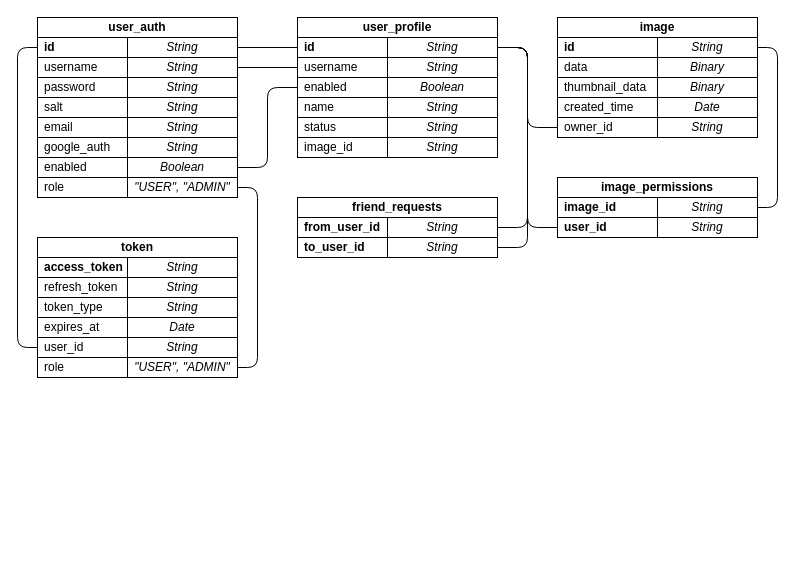
The draw.io diagram doc/db_schema.drawio in drsanches/photobooth, before the edit. Source tidied: cells renumbered, new cells numbered last; positions are measured from the earlier drawing's top-left corner, leaving out a move shared by most shapes. Both pictures are drawn from the tidied source at 100%, with x=0, y=0 at pixel (37, 17).
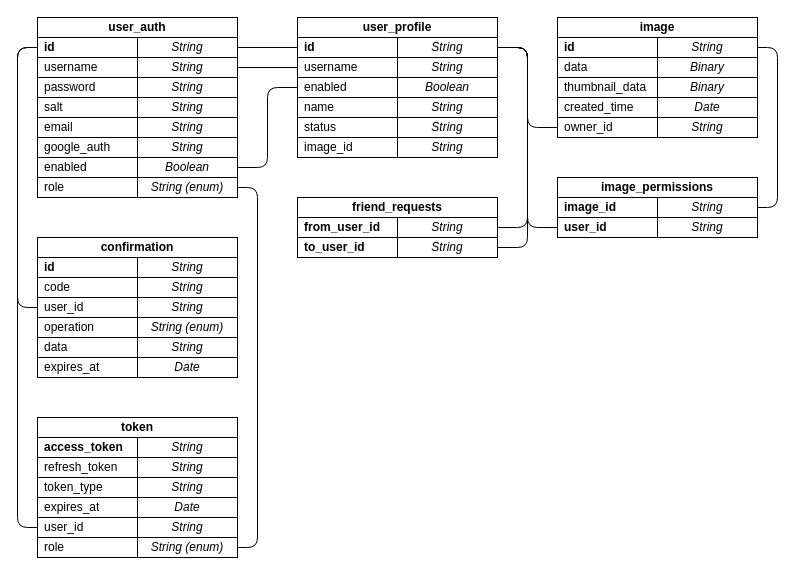
The same diagram, later.

What changed in the source:
```diff
@@
     <mxCell id="3" value="&lt;b&gt;id&lt;/b&gt;" style="rounded=0;whiteSpace=wrap;html=1;align=left;spacingLeft=5;" parent="1" vertex="1">
-      <mxGeometry y="20" width="90" height="20" as="geometry" />
+      <mxGeometry y="20" width="100" height="20" as="geometry" />
     </mxCell>
@@
     <mxCell id="5" value="String" style="rounded=0;whiteSpace=wrap;html=1;spacingLeft=0;fontStyle=2;" parent="1" vertex="1">
-      <mxGeometry x="90" y="20" width="110" height="20" as="geometry" />
+      <mxGeometry x="100" y="20" width="100" height="20" as="geometry" />
     </mxCell>
     <mxCell id="6" value="username" style="rounded=0;whiteSpace=wrap;html=1;align=left;spacingLeft=5;" parent="1" vertex="1">
-      <mxGeometry y="40" width="90" height="20" as="geometry" />
+      <mxGeometry y="40" width="100" height="20" as="geometry" />
     </mxCell>
@@
     <mxCell id="8" value="String" style="rounded=0;whiteSpace=wrap;html=1;spacingLeft=0;fontStyle=2;" parent="1" vertex="1">
-      <mxGeometry x="90" y="40" width="110" height="20" as="geometry" />
+      <mxGeometry x="100" y="40" width="100" height="20" as="geometry" />
     </mxCell>
     <mxCell id="9" value="password" style="rounded=0;whiteSpace=wrap;html=1;align=left;spacingLeft=5;" parent="1" vertex="1">
-      <mxGeometry y="60" width="90" height="20" as="geometry" />
+      <mxGeometry y="60" width="100" height="20" as="geometry" />
     </mxCell>
     <mxCell id="10" value="String" style="rounded=0;whiteSpace=wrap;html=1;spacingLeft=0;fontStyle=2;" parent="1" vertex="1">
-      <mxGeometry x="90" y="60" width="110" height="20" as="geometry" />
+      <mxGeometry x="100" y="60" width="100" height="20" as="geometry" />
     </mxCell>
     <mxCell id="11" value="salt" style="rounded=0;whiteSpace=wrap;html=1;align=left;spacingLeft=5;" parent="1" vertex="1">
-      <mxGeometry y="80" width="90" height="20" as="geometry" />
+      <mxGeometry y="80" width="100" height="20" as="geometry" />
     </mxCell>
     <mxCell id="12" value="String" style="rounded=0;whiteSpace=wrap;html=1;spacingLeft=0;fontStyle=2;" parent="1" vertex="1">
-      <mxGeometry x="90" y="80" width="110" height="20" as="geometry" />
+      <mxGeometry x="100" y="80" width="100" height="20" as="geometry" />
     </mxCell>
     <mxCell id="13" value="email" style="rounded=0;whiteSpace=wrap;html=1;align=left;spacingLeft=5;" parent="1" vertex="1">
-      <mxGeometry y="100" width="90" height="20" as="geometry" />
+      <mxGeometry y="100" width="100" height="20" as="geometry" />
     </mxCell>
     <mxCell id="14" value="String" style="rounded=0;whiteSpace=wrap;html=1;spacingLeft=0;fontStyle=2;" parent="1" vertex="1">
-      <mxGeometry x="90" y="100" width="110" height="20" as="geometry" />
+      <mxGeometry x="100" y="100" width="100" height="20" as="geometry" />
     </mxCell>
     <mxCell id="15" value="enabled" style="rounded=0;whiteSpace=wrap;html=1;align=left;spacingLeft=5;" parent="1" vertex="1">
-      <mxGeometry y="140" width="90" height="20" as="geometry" />
+      <mxGeometry y="140" width="100" height="20" as="geometry" />
     </mxCell>
@@
     <mxCell id="17" value="Boolean" style="rounded=0;whiteSpace=wrap;html=1;spacingLeft=0;fontStyle=2;" parent="1" vertex="1">
-      <mxGeometry x="90" y="140" width="110" height="20" as="geometry" />
+      <mxGeometry x="100" y="140" width="100" height="20" as="geometry" />
     </mxCell>
     <mxCell id="18" value="role" style="rounded=0;whiteSpace=wrap;html=1;align=left;spacingLeft=5;" parent="1" vertex="1">
-      <mxGeometry y="160" width="90" height="20" as="geometry" />
+      <mxGeometry y="160" width="100" height="20" as="geometry" />
     </mxCell>
-    <mxCell id="19" style="edgeStyle=orthogonalEdgeStyle;rounded=1;jettySize=auto;html=1;exitX=1;exitY=0.5;exitDx=0;exitDy=0;entryX=1;entryY=0.5;entryDx=0;entryDy=0;endArrow=none;endFill=0;" parent="1" edge="1" source="20" target="69">
+    <mxCell id="19" style="edgeStyle=orthogonalEdgeStyle;rounded=1;jettySize=auto;html=1;exitX=1;exitY=0.5;exitDx=0;exitDy=0;entryX=1;entryY=0.5;entryDx=0;entryDy=0;endArrow=none;endFill=0;" parent="1" edge="1" target="69">
       <mxGeometry relative="1" as="geometry">
+        <mxPoint x="200" y="170" as="sourcePoint" />
         <Array as="points">
           <mxPoint x="220" y="170" />
-          <mxPoint x="220" y="350" />
+          <mxPoint x="220" y="530" />
         </Array>
       </mxGeometry>
     </mxCell>
-    <mxCell id="20" value="&quot;USER&quot;, &quot;ADMIN&quot;" style="rounded=0;whiteSpace=wrap;html=1;spacingLeft=0;fontStyle=2;" parent="1" vertex="1">
-      <mxGeometry x="90" y="160" width="110" height="20" as="geometry" />
-    </mxCell>
     <mxCell id="21" value="&lt;b&gt;id&lt;/b&gt;" style="rounded=0;whiteSpace=wrap;html=1;align=left;spacingLeft=5;" parent="1" vertex="1">
-      <mxGeometry x="260" y="20" width="90" height="20" as="geometry" />
+      <mxGeometry x="260" y="20" width="100" height="20" as="geometry" />
     </mxCell>
@@
     <mxCell id="25" value="String" style="rounded=0;whiteSpace=wrap;html=1;spacingLeft=0;fontStyle=2;" parent="1" vertex="1">
-      <mxGeometry x="350" y="20" width="110" height="20" as="geometry" />
+      <mxGeometry x="360" y="20" width="100" height="20" as="geometry" />
     </mxCell>
     <mxCell id="26" value="username" style="rounded=0;whiteSpace=wrap;html=1;align=left;spacingLeft=5;" parent="1" vertex="1">
-      <mxGeometry x="260" y="40" width="90" height="20" as="geometry" />
+      <mxGeometry x="260" y="40" width="100" height="20" as="geometry" />
     </mxCell>
     <mxCell id="27" value="String" style="rounded=0;whiteSpace=wrap;html=1;spacingLeft=0;fontStyle=2;" parent="1" vertex="1">
-      <mxGeometry x="350" y="40" width="110" height="20" as="geometry" />
+      <mxGeometry x="360" y="40" width="100" height="20" as="geometry" />
     </mxCell>
     <mxCell id="28" value="enabled&lt;span style=&quot;white-space: pre;&quot;&gt;&#9;&lt;/span&gt;&lt;span style=&quot;white-space: pre;&quot;&gt;&#9;&lt;/span&gt;" style="rounded=0;whiteSpace=wrap;html=1;align=left;spacingLeft=5;" parent="1" vertex="1">
-      <mxGeometry x="260" y="60" width="90" height="20" as="geometry" />
+      <mxGeometry x="260" y="60" width="100" height="20" as="geometry" />
     </mxCell>
     <mxCell id="29" value="Boolean" style="rounded=0;whiteSpace=wrap;html=1;spacingLeft=0;fontStyle=2;" parent="1" vertex="1">
-      <mxGeometry x="350" y="60" width="110" height="20" as="geometry" />
+      <mxGeometry x="360" y="60" width="100" height="20" as="geometry" />
     </mxCell>
     <mxCell id="30" value="name" style="rounded=0;whiteSpace=wrap;html=1;align=left;spacingLeft=5;" parent="1" vertex="1">
-      <mxGeometry x="260" y="80" width="90" height="20" as="geometry" />
+      <mxGeometry x="260" y="80" width="100" height="20" as="geometry" />
     </mxCell>
     <mxCell id="31" value="String" style="rounded=0;whiteSpace=wrap;html=1;spacingLeft=0;fontStyle=2;" parent="1" vertex="1">
-      <mxGeometry x="350" y="80" width="110" height="20" as="geometry" />
+      <mxGeometry x="360" y="80" width="100" height="20" as="geometry" />
     </mxCell>
     <mxCell id="32" value="status" style="rounded=0;whiteSpace=wrap;html=1;align=left;spacingLeft=5;" parent="1" vertex="1">
-      <mxGeometry x="260" y="100" width="90" height="20" as="geometry" />
+      <mxGeometry x="260" y="100" width="100" height="20" as="geometry" />
     </mxCell>
     <mxCell id="33" value="String" style="rounded=0;whiteSpace=wrap;html=1;spacingLeft=0;fontStyle=2;" parent="1" vertex="1">
-      <mxGeometry x="350" y="100" width="110" height="20" as="geometry" />
+      <mxGeometry x="360" y="100" width="100" height="20" as="geometry" />
     </mxCell>
     <mxCell id="34" value="image_id" style="rounded=0;whiteSpace=wrap;html=1;align=left;spacingLeft=5;" parent="1" vertex="1">
-      <mxGeometry x="260" y="120" width="90" height="20" as="geometry" />
+      <mxGeometry x="260" y="120" width="100" height="20" as="geometry" />
     </mxCell>
     <mxCell id="35" value="String" style="rounded=0;whiteSpace=wrap;html=1;spacingLeft=0;fontStyle=2;" parent="1" vertex="1">
-      <mxGeometry x="350" y="120" width="110" height="20" as="geometry" />
+      <mxGeometry x="360" y="120" width="100" height="20" as="geometry" />
     </mxCell>
@@
     <mxCell id="38" value="&lt;b&gt;from_user_id&lt;/b&gt;" style="rounded=0;whiteSpace=wrap;html=1;align=left;spacingLeft=5;" parent="1" vertex="1">
-      <mxGeometry x="260" y="200" width="90" height="20" as="geometry" />
+      <mxGeometry x="260" y="200" width="100" height="20" as="geometry" />
     </mxCell>
     <mxCell id="39" value="String" style="rounded=0;whiteSpace=wrap;html=1;spacingLeft=0;fontStyle=2;" parent="1" vertex="1">
-      <mxGeometry x="350" y="200" width="110" height="20" as="geometry" />
+      <mxGeometry x="360" y="200" width="100" height="20" as="geometry" />
     </mxCell>
@@
     <mxCell id="41" value="&lt;b&gt;to_user_id&lt;/b&gt;" style="rounded=0;whiteSpace=wrap;html=1;align=left;spacingLeft=5;" parent="1" vertex="1">
-      <mxGeometry x="260" y="220" width="90" height="20" as="geometry" />
+      <mxGeometry x="260" y="220" width="100" height="20" as="geometry" />
     </mxCell>
     <mxCell id="42" value="String" style="rounded=0;whiteSpace=wrap;html=1;spacingLeft=0;fontStyle=2;" parent="1" vertex="1">
-      <mxGeometry x="350" y="220" width="110" height="20" as="geometry" />
+      <mxGeometry x="360" y="220" width="100" height="20" as="geometry" />
     </mxCell>
@@
     <mxCell id="58" value="&lt;b&gt;access_token&lt;/b&gt;" style="rounded=0;whiteSpace=wrap;html=1;align=left;spacingLeft=5;" parent="1" vertex="1">
-      <mxGeometry y="240" width="90" height="20" as="geometry" />
+      <mxGeometry y="420" width="100" height="20" as="geometry" />
     </mxCell>
     <mxCell id="59" value="String" style="rounded=0;whiteSpace=wrap;html=1;spacingLeft=0;fontStyle=2;" parent="1" vertex="1">
-      <mxGeometry x="90" y="240" width="110" height="20" as="geometry" />
+      <mxGeometry x="100" y="420" width="100" height="20" as="geometry" />
     </mxCell>
     <mxCell id="60" value="refresh_token" style="rounded=0;whiteSpace=wrap;html=1;align=left;spacingLeft=5;" parent="1" vertex="1">
-      <mxGeometry y="260" width="90" height="20" as="geometry" />
+      <mxGeometry y="440" width="100" height="20" as="geometry" />
     </mxCell>
     <mxCell id="61" value="String" style="rounded=0;whiteSpace=wrap;html=1;spacingLeft=0;fontStyle=2;" parent="1" vertex="1">
-      <mxGeometry x="90" y="260" width="110" height="20" as="geometry" />
+      <mxGeometry x="100" y="440" width="100" height="20" as="geometry" />
     </mxCell>
     <mxCell id="62" value="token_type" style="rounded=0;whiteSpace=wrap;html=1;align=left;spacingLeft=5;" parent="1" vertex="1">
-      <mxGeometry y="280" width="90" height="20" as="geometry" />
+      <mxGeometry y="460" width="100" height="20" as="geometry" />
     </mxCell>
     <mxCell id="63" value="String" style="rounded=0;whiteSpace=wrap;html=1;spacingLeft=0;fontStyle=2;" parent="1" vertex="1">
-      <mxGeometry x="90" y="280" width="110" height="20" as="geometry" />
+      <mxGeometry x="100" y="460" width="100" height="20" as="geometry" />
     </mxCell>
     <mxCell id="64" value="expires_at" style="rounded=0;whiteSpace=wrap;html=1;align=left;spacingLeft=5;" parent="1" vertex="1">
-      <mxGeometry y="300" width="90" height="20" as="geometry" />
+      <mxGeometry y="480" width="100" height="20" as="geometry" />
     </mxCell>
     <mxCell id="65" value="Date" style="rounded=0;whiteSpace=wrap;html=1;spacingLeft=0;fontStyle=2;" parent="1" vertex="1">
-      <mxGeometry x="90" y="300" width="110" height="20" as="geometry" />
+      <mxGeometry x="100" y="480" width="100" height="20" as="geometry" />
     </mxCell>
     <mxCell id="66" value="user_id" style="rounded=0;whiteSpace=wrap;html=1;align=left;spacingLeft=5;" parent="1" vertex="1">
-      <mxGeometry y="320" width="90" height="20" as="geometry" />
+      <mxGeometry y="500" width="100" height="20" as="geometry" />
     </mxCell>
     <mxCell id="67" value="String" style="rounded=0;whiteSpace=wrap;html=1;spacingLeft=0;fontStyle=2;" parent="1" vertex="1">
-      <mxGeometry x="90" y="320" width="110" height="20" as="geometry" />
+      <mxGeometry x="100" y="500" width="100" height="20" as="geometry" />
     </mxCell>
     <mxCell id="68" value="role" style="rounded=0;whiteSpace=wrap;html=1;align=left;spacingLeft=5;" parent="1" vertex="1">
-      <mxGeometry y="340" width="90" height="20" as="geometry" />
+      <mxGeometry y="520" width="100" height="20" as="geometry" />
     </mxCell>
-    <mxCell id="69" value="&quot;USER&quot;, &quot;ADMIN&quot;" style="rounded=0;whiteSpace=wrap;html=1;spacingLeft=0;fontStyle=2;" parent="1" vertex="1">
-      <mxGeometry x="90" y="340" width="110" height="20" as="geometry" />
+    <mxCell id="69" value="String (enum)" style="rounded=0;whiteSpace=wrap;html=1;spacingLeft=0;fontStyle=2;" parent="1" vertex="1">
+      <mxGeometry x="100" y="520" width="100" height="20" as="geometry" />
     </mxCell>
     <mxCell id="70" value="token" style="rounded=0;whiteSpace=wrap;html=1;fontStyle=1;" parent="1" vertex="1">
-      <mxGeometry y="220" width="200" height="20" as="geometry" />
+      <mxGeometry y="400" width="200" height="20" as="geometry" />
     </mxCell>
     <mxCell id="71" value="google_auth" style="rounded=0;whiteSpace=wrap;html=1;align=left;spacingLeft=5;" parent="1" vertex="1">
-      <mxGeometry y="120" width="90" height="20" as="geometry" />
+      <mxGeometry y="120" width="100" height="20" as="geometry" />
     </mxCell>
     <mxCell id="72" value="String" style="rounded=0;whiteSpace=wrap;html=1;spacingLeft=0;fontStyle=2;" parent="1" vertex="1">
-      <mxGeometry x="90" y="120" width="110" height="20" as="geometry" />
+      <mxGeometry x="100" y="120" width="100" height="20" as="geometry" />
     </mxCell>
@@
+    <mxCell id="76" value="String (enum)" style="rounded=0;whiteSpace=wrap;html=1;spacingLeft=0;fontStyle=2;" parent="1" vertex="1">
+      <mxGeometry x="100" y="160" width="100" height="20" as="geometry" />
+    </mxCell>
+    <mxCell id="77" value="&lt;b&gt;id&lt;/b&gt;" style="rounded=0;whiteSpace=wrap;html=1;align=left;spacingLeft=5;" parent="1" vertex="1">
+      <mxGeometry y="240" width="100" height="20" as="geometry" />
+    </mxCell>
+    <mxCell id="78" value="String" style="rounded=0;whiteSpace=wrap;html=1;spacingLeft=0;fontStyle=2;" parent="1" vertex="1">
+      <mxGeometry x="100" y="240" width="100" height="20" as="geometry" />
+    </mxCell>
+    <mxCell id="79" value="confirmation" style="rounded=0;whiteSpace=wrap;html=1;fontStyle=1;" parent="1" vertex="1">
+      <mxGeometry y="220" width="200" height="20" as="geometry" />
+    </mxCell>
+    <mxCell id="80" value="&lt;span&gt;code&lt;/span&gt;" style="rounded=0;whiteSpace=wrap;html=1;align=left;spacingLeft=5;fontStyle=0;" parent="1" vertex="1">
+      <mxGeometry y="260" width="100" height="20" as="geometry" />
+    </mxCell>
+    <mxCell id="81" value="String" style="rounded=0;whiteSpace=wrap;html=1;spacingLeft=0;fontStyle=2;" parent="1" vertex="1">
+      <mxGeometry x="100" y="260" width="100" height="20" as="geometry" />
+    </mxCell>
+    <mxCell id="82" value="&lt;span&gt;user_id&lt;/span&gt;" style="rounded=0;whiteSpace=wrap;html=1;align=left;spacingLeft=5;fontStyle=0;" parent="1" vertex="1">
+      <mxGeometry y="280" width="100" height="20" as="geometry" />
+    </mxCell>
+    <mxCell id="83" value="String" style="rounded=0;whiteSpace=wrap;html=1;spacingLeft=0;fontStyle=2;" parent="1" vertex="1">
+      <mxGeometry x="100" y="280" width="100" height="20" as="geometry" />
+    </mxCell>
+    <mxCell id="84" value="operation" style="rounded=0;whiteSpace=wrap;html=1;align=left;spacingLeft=5;fontStyle=0;" parent="1" vertex="1">
+      <mxGeometry y="300" width="100" height="20" as="geometry" />
+    </mxCell>
+    <mxCell id="85" value="String (enum)" style="rounded=0;whiteSpace=wrap;html=1;spacingLeft=0;fontStyle=2;" parent="1" vertex="1">
+      <mxGeometry x="100" y="300" width="100" height="20" as="geometry" />
+    </mxCell>
+    <mxCell id="86" value="&lt;span&gt;data&lt;/span&gt;" style="rounded=0;whiteSpace=wrap;html=1;align=left;spacingLeft=5;fontStyle=0;" parent="1" vertex="1">
+      <mxGeometry y="320" width="100" height="20" as="geometry" />
+    </mxCell>
+    <mxCell id="87" value="String" style="rounded=0;whiteSpace=wrap;html=1;spacingLeft=0;fontStyle=2;" parent="1" vertex="1">
+      <mxGeometry x="100" y="320" width="100" height="20" as="geometry" />
+    </mxCell>
+    <mxCell id="88" value="&lt;span&gt;expires_at&lt;/span&gt;" style="rounded=0;whiteSpace=wrap;html=1;align=left;spacingLeft=5;fontStyle=0;" parent="1" vertex="1">
+      <mxGeometry y="340" width="100" height="20" as="geometry" />
+    </mxCell>
+    <mxCell id="89" value="Date" style="rounded=0;whiteSpace=wrap;html=1;spacingLeft=0;fontStyle=2;" parent="1" vertex="1">
+      <mxGeometry x="100" y="340" width="100" height="20" as="geometry" />
+    </mxCell>
+    <mxCell id="90" style="edgeStyle=orthogonalEdgeStyle;rounded=1;jettySize=auto;html=1;exitX=0;exitY=0.5;exitDx=0;exitDy=0;entryX=0;entryY=0.5;entryDx=0;entryDy=0;endArrow=none;endFill=0;" parent="1" edge="1" source="3" target="82">
+      <mxGeometry relative="1" as="geometry">
+        <Array as="points">
+          <mxPoint x="-20" y="30" />
+          <mxPoint x="-20" y="290" />
+        </Array>
+      </mxGeometry>
+    </mxCell>
```
